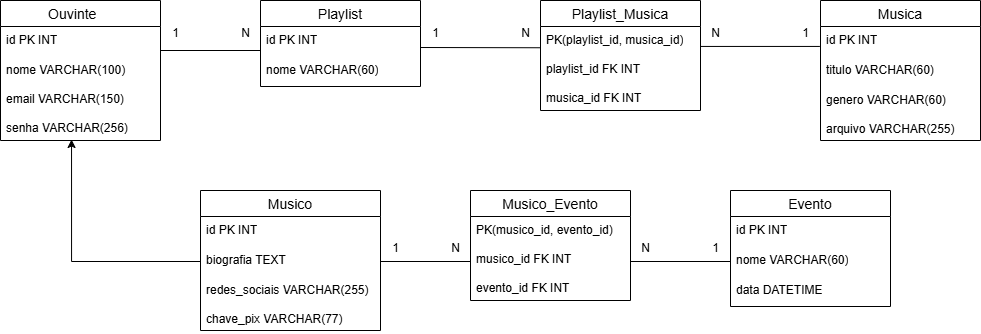
Above: doc/bd/modelo_relacional.png in AndreLuiiZSantosS/Bem-te-ouvi-testes (draw.io), before the change. Source tidied: cells renumbered, new cells last; positions are measured from the earlier drawing's top-left corner, leaving out a move shared by most shapes.
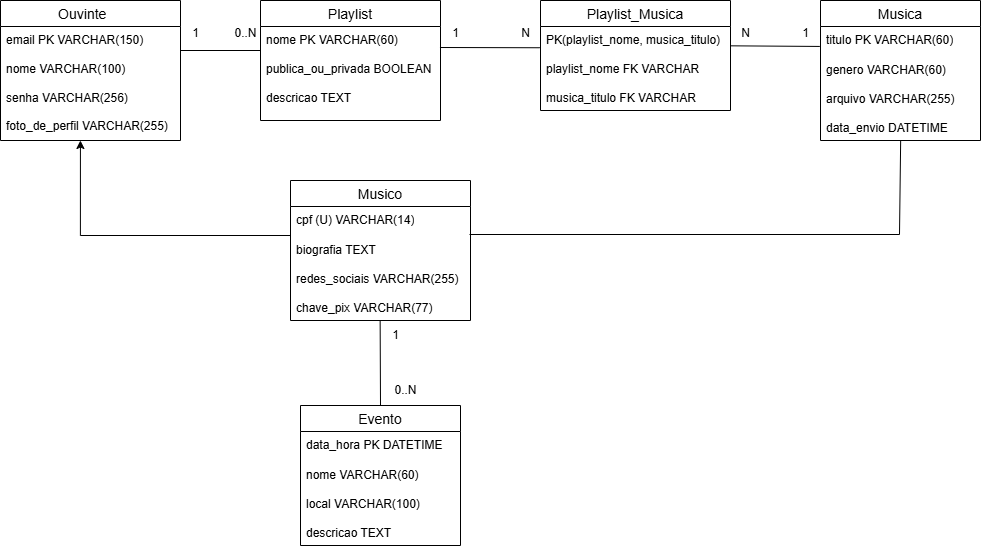
After the change.

Diff of the diagram source:
```diff
@@ -3,125 +3,107 @@
     <mxCell id="0" />
     <mxCell id="1" parent="0" />
     <mxCell id="2" value="Ouvinte    " style="swimlane;fontStyle=0;horizontal=1;startSize=26;align=center;fontSize=14;" parent="1" vertex="1">
-      <mxGeometry width="160" height="140" as="geometry" />
+      <mxGeometry width="180" height="140" as="geometry" />
     </mxCell>
-    <mxCell id="3" value="id PK INT" style="text;strokeColor=none;fillColor=none;spacingLeft=4;spacingRight=4;overflow=hidden;points=[[0,0.5],[1,0.5]];portConstraint=eastwest;fontSize=12;whiteSpace=wrap;html=1;" parent="2" vertex="1">
-      <mxGeometry y="26" width="160" height="30" as="geometry" />
-    </mxCell>
-    <mxCell id="4" value="&lt;div&gt;nome VARCHAR(100)&lt;/div&gt;&lt;div&gt;&lt;br&gt;&lt;/div&gt;&lt;div&gt;email VARCHAR(150)&lt;/div&gt;&lt;div&gt;&lt;br&gt;&lt;/div&gt;senha VARCHAR(256)&lt;span style=&quot;white-space: pre;&quot;&gt;&#9;&lt;/span&gt;&lt;div&gt;&lt;br&gt;&lt;/div&gt;&lt;div&gt;&lt;br&gt;&lt;/div&gt;" style="text;strokeColor=none;fillColor=none;spacingLeft=4;spacingRight=4;overflow=hidden;points=[[0,0.5],[1,0.5]];portConstraint=eastwest;fontSize=12;whiteSpace=wrap;html=1;" parent="2" vertex="1">
-      <mxGeometry y="56" width="160" height="84" as="geometry" />
-    </mxCell>
+    <mxCell id="40" value="&lt;div&gt;&lt;span style=&quot;background-color: transparent; color: light-dark(rgb(0, 0, 0), rgb(255, 255, 255));&quot;&gt;email PK VARCHAR(150)&lt;/span&gt;&lt;/div&gt;&lt;div&gt;&lt;br&gt;&lt;/div&gt;&lt;div&gt;nome VARCHAR(100)&lt;/div&gt;&lt;div&gt;&lt;br&gt;&lt;/div&gt;senha VARCHAR(256)&lt;span style=&quot;white-space: pre;&quot;&gt;&#9;&lt;/span&gt;&lt;div&gt;&lt;br&gt;&lt;div&gt;foto_de_perfil VARCHAR(255)&lt;br&gt;&lt;div&gt;&lt;br&gt;&lt;/div&gt;&lt;div&gt;&lt;br&gt;&lt;/div&gt;&lt;/div&gt;&lt;/div&gt;" style="text;strokeColor=none;fillColor=none;spacingLeft=4;spacingRight=4;overflow=hidden;points=[[0,0.5],[1,0.5]];portConstraint=eastwest;fontSize=12;whiteSpace=wrap;html=1;" parent="2" vertex="1">
+      <mxGeometry y="26" width="180" height="114" as="geometry" />
+    </mxCell>
+    <mxCell id="41" style="edgeStyle=orthogonalEdgeStyle;rounded=0;jettySize=auto;html=1;entryX=0.444;entryY=1;entryDx=0;entryDy=0;entryPerimeter=0;" parent="1" edge="1" source="5" target="40">
+      <mxGeometry relative="1" as="geometry">
+        <Array as="points">
+          <mxPoint x="80" y="235" />
+        </Array>
+      </mxGeometry>
+    </mxCell>
     <mxCell id="5" value="Musico" style="swimlane;fontStyle=0;horizontal=1;startSize=26;align=center;fontSize=14;" parent="1" vertex="1">
-      <mxGeometry x="200" y="190" width="180" height="140" as="geometry" />
+      <mxGeometry x="290" y="180" width="180" height="140" as="geometry" />
     </mxCell>
-    <mxCell id="6" value="id PK INT" style="text;strokeColor=none;fillColor=none;spacingLeft=4;spacingRight=4;overflow=hidden;fontSize=12;whiteSpace=wrap;html=1;" parent="5" vertex="1">
-      <mxGeometry y="26" width="180" height="30" as="geometry" />
-    </mxCell>
-    <mxCell id="7" value="biografia TEXT" style="text;strokeColor=none;fillColor=none;spacingLeft=4;spacingRight=4;overflow=hidden;points=[[0,0.5],[1,0.5]];portConstraint=eastwest;fontSize=12;whiteSpace=wrap;html=1;" parent="5" vertex="1">
-      <mxGeometry y="56" width="180" height="30" as="geometry" />
-    </mxCell>
-    <mxCell id="8" value="redes_sociais VARCHAR(255)&lt;div&gt;&lt;br&gt;&lt;/div&gt;&lt;div&gt;chave_pix VARCHAR(77)&lt;/div&gt;" style="text;strokeColor=none;fillColor=none;spacingLeft=4;spacingRight=4;overflow=hidden;fontSize=12;whiteSpace=wrap;html=1;" parent="5" vertex="1">
-      <mxGeometry y="86" width="180" height="54" as="geometry" />
-    </mxCell>
+    <mxCell id="42" value="&lt;div&gt;cpf (U) VARCHAR(14)&lt;/div&gt;&lt;div&gt;&lt;br&gt;&lt;/div&gt;" style="text;strokeColor=none;fillColor=none;spacingLeft=4;spacingRight=4;overflow=hidden;fontSize=12;whiteSpace=wrap;html=1;" parent="5" vertex="1">
+      <mxGeometry y="26" width="180" height="30" as="geometry" />
+    </mxCell>
+    <mxCell id="43" value="&lt;div&gt;biografia TEXT&lt;/div&gt;&lt;div&gt;&lt;br&gt;&lt;/div&gt;redes_sociais VARCHAR(255)&lt;div&gt;&lt;br&gt;&lt;/div&gt;&lt;div&gt;chave_pix VARCHAR(77)&lt;/div&gt;" style="text;strokeColor=none;fillColor=none;spacingLeft=4;spacingRight=4;overflow=hidden;points=[[0,0.5],[1,0.5]];portConstraint=eastwest;fontSize=12;whiteSpace=wrap;html=1;" parent="5" vertex="1">
+      <mxGeometry y="56" width="180" height="84" as="geometry" />
+    </mxCell>
     <mxCell id="9" value="Evento" style="swimlane;fontStyle=0;horizontal=1;startSize=26;align=center;fontSize=14;" parent="1" vertex="1">
-      <mxGeometry x="730" y="190" width="160" height="116" as="geometry" />
+      <mxGeometry x="300" y="405" width="160" height="140" as="geometry" />
     </mxCell>
-    <mxCell id="10" value="id PK INT" style="text;strokeColor=none;fillColor=none;spacingLeft=4;spacingRight=4;overflow=hidden;fontSize=12;whiteSpace=wrap;html=1;" parent="9" vertex="1">
-      <mxGeometry y="26" width="160" height="30" as="geometry" />
-    </mxCell>
-    <mxCell id="11" value="nome VARCHAR(60)" style="text;strokeColor=none;fillColor=none;spacingLeft=4;spacingRight=4;overflow=hidden;points=[[0,0.5],[1,0.5]];portConstraint=eastwest;fontSize=12;whiteSpace=wrap;html=1;" parent="9" vertex="1">
-      <mxGeometry y="56" width="160" height="30" as="geometry" />
-    </mxCell>
-    <mxCell id="12" value="data DATETIME" style="text;strokeColor=none;fillColor=none;spacingLeft=4;spacingRight=4;overflow=hidden;fontSize=12;whiteSpace=wrap;html=1;" parent="9" vertex="1">
-      <mxGeometry y="86" width="160" height="30" as="geometry" />
-    </mxCell>
+    <mxCell id="44" value="data_hora PK DATETIME&lt;div&gt;&lt;br&gt;&lt;/div&gt;" style="text;strokeColor=none;fillColor=none;spacingLeft=4;spacingRight=4;overflow=hidden;fontSize=12;whiteSpace=wrap;html=1;" parent="9" vertex="1">
+      <mxGeometry y="26" width="160" height="30" as="geometry" />
+    </mxCell>
+    <mxCell id="45" value="&lt;div&gt;nome VARCHAR(60)&lt;/div&gt;&lt;div&gt;&lt;br&gt;&lt;/div&gt;&lt;div&gt;local VARCHAR(100)&lt;br&gt;&lt;div&gt;&amp;nbsp;&lt;/div&gt;&lt;div&gt;descricao TEXT&lt;/div&gt;&lt;/div&gt;" style="text;strokeColor=none;fillColor=none;spacingLeft=4;spacingRight=4;overflow=hidden;fontSize=12;whiteSpace=wrap;html=1;" parent="9" vertex="1">
+      <mxGeometry y="56" width="160" height="84" as="geometry" />
+    </mxCell>
     <mxCell id="13" value="Playlist" style="swimlane;fontStyle=0;horizontal=1;startSize=26;align=center;fontSize=14;" parent="1" vertex="1">
-      <mxGeometry x="260" width="160" height="86" as="geometry" />
+      <mxGeometry x="260" width="180" height="120" as="geometry" />
     </mxCell>
-    <mxCell id="14" value="id PK INT" style="text;strokeColor=none;fillColor=none;spacingLeft=4;spacingRight=4;overflow=hidden;points=[[0,0.5],[1,0.5]];portConstraint=eastwest;fontSize=12;whiteSpace=wrap;html=1;" parent="13" vertex="1">
-      <mxGeometry y="26" width="160" height="30" as="geometry" />
-    </mxCell>
-    <mxCell id="15" value="nome VARCHAR(60)" style="text;strokeColor=none;fillColor=none;spacingLeft=4;spacingRight=4;overflow=hidden;fontSize=12;whiteSpace=wrap;html=1;" parent="13" vertex="1">
-      <mxGeometry y="56" width="160" height="30" as="geometry" />
-    </mxCell>
+    <mxCell id="46" value="nome PK VARCHAR(60)&lt;div&gt;&lt;br&gt;&lt;/div&gt;&lt;div&gt;publica_ou_privada BOOLEAN&lt;/div&gt;&lt;div&gt;&lt;br&gt;&lt;/div&gt;&lt;div&gt;descricao TEXT&lt;span style=&quot;white-space: pre;&quot;&gt;&#9;&lt;/span&gt;&lt;/div&gt;" style="text;strokeColor=none;fillColor=none;spacingLeft=4;spacingRight=4;overflow=hidden;fontSize=12;whiteSpace=wrap;html=1;" parent="13" vertex="1">
+      <mxGeometry y="26" width="180" height="94" as="geometry" />
+    </mxCell>
     <mxCell id="16" value="Musica" style="swimlane;fontStyle=0;horizontal=1;startSize=26;align=center;fontSize=14;" parent="1" vertex="1">
       <mxGeometry x="820" width="160" height="140" as="geometry" />
     </mxCell>
-    <mxCell id="17" value="id PK INT" style="text;strokeColor=none;fillColor=none;spacingLeft=4;spacingRight=4;overflow=hidden;fontSize=12;whiteSpace=wrap;html=1;" parent="16" vertex="1">
-      <mxGeometry y="26" width="160" height="30" as="geometry" />
-    </mxCell>
-    <mxCell id="18" value="titulo VARCHAR(60)" style="text;strokeColor=none;fillColor=none;spacingLeft=4;spacingRight=4;overflow=hidden;fontSize=12;whiteSpace=wrap;html=1;" parent="16" vertex="1">
-      <mxGeometry y="56" width="160" height="30" as="geometry" />
-    </mxCell>
-    <mxCell id="19" value="genero VARCHAR(60)&lt;div&gt;&lt;br&gt;&lt;/div&gt;&lt;div&gt;arquivo VARCHAR(255)&lt;/div&gt;" style="text;strokeColor=none;fillColor=none;spacingLeft=4;spacingRight=4;overflow=hidden;fontSize=12;whiteSpace=wrap;html=1;" parent="16" vertex="1">
-      <mxGeometry y="86" width="160" height="54" as="geometry" />
-    </mxCell>
-    <mxCell id="20" style="endArrow=none;html=1;rounded=0;exitX=1;exitY=0.8;exitDx=0;exitDy=0;exitPerimeter=0;entryX=-0.001;entryY=0.8;entryDx=0;entryDy=0;entryPerimeter=0;" parent="1" edge="1" source="3" target="14">
-      <mxGeometry relative="1" as="geometry" />
-    </mxCell>
-    <mxCell id="21" value="1" style="text;html=1;align=center;verticalAlign=middle;strokeColor=none;fillColor=none;" parent="1" vertex="1">
-      <mxGeometry x="160" y="18" width="30" height="30" as="geometry" />
-    </mxCell>
-    <mxCell id="22" value="N" style="text;html=1;align=center;verticalAlign=middle;strokeColor=none;fillColor=none;" parent="1" vertex="1">
-      <mxGeometry x="230" y="18" width="30" height="30" as="geometry" />
-    </mxCell>
-    <mxCell id="23" value="N" style="text;html=1;align=center;verticalAlign=middle;strokeColor=none;fillColor=none;" parent="1" vertex="1">
-      <mxGeometry x="510" y="18" width="30" height="30" as="geometry" />
-    </mxCell>
-    <mxCell id="24" value="N" style="text;html=1;align=center;verticalAlign=middle;strokeColor=none;fillColor=none;" parent="1" vertex="1">
-      <mxGeometry x="700" y="18" width="30" height="30" as="geometry" />
-    </mxCell>
-    <mxCell id="25" style="edgeStyle=orthogonalEdgeStyle;rounded=0;jettySize=auto;html=1;entryX=0.444;entryY=0.988;entryDx=0;entryDy=0;entryPerimeter=0;" parent="1" edge="1" source="7" target="4">
-      <mxGeometry relative="1" as="geometry" />
-    </mxCell>
-    <mxCell id="26" value="N" style="text;html=1;align=center;verticalAlign=middle;strokeColor=none;fillColor=none;" parent="1" vertex="1">
-      <mxGeometry x="440" y="233" width="30" height="30" as="geometry" />
-    </mxCell>
-    <mxCell id="27" value="N" style="text;html=1;align=center;verticalAlign=middle;strokeColor=none;fillColor=none;" parent="1" vertex="1">
-      <mxGeometry x="630" y="233" width="30" height="30" as="geometry" />
-    </mxCell>
-    <mxCell id="28" value="1" style="text;html=1;align=center;verticalAlign=middle;strokeColor=none;fillColor=none;" parent="1" vertex="1">
-      <mxGeometry x="420" y="18" width="30" height="30" as="geometry" />
-    </mxCell>
+    <mxCell id="47" value="titulo PK VARCHAR(60)" style="text;strokeColor=none;fillColor=none;spacingLeft=4;spacingRight=4;overflow=hidden;fontSize=12;whiteSpace=wrap;html=1;" parent="16" vertex="1">
+      <mxGeometry y="26" width="160" height="30" as="geometry" />
+    </mxCell>
+    <mxCell id="48" value="genero VARCHAR(60)&lt;div&gt;&lt;br&gt;&lt;/div&gt;&lt;div&gt;arquivo VARCHAR(255)&lt;/div&gt;&lt;div&gt;&lt;br&gt;&lt;/div&gt;&lt;div&gt;data_envio DATETIME&lt;/div&gt;" style="text;strokeColor=none;fillColor=none;spacingLeft=4;spacingRight=4;overflow=hidden;points=[[0,0.5],[1,0.5]];portConstraint=eastwest;fontSize=12;whiteSpace=wrap;html=1;" parent="16" vertex="1">
+      <mxGeometry y="56" width="160" height="84" as="geometry" />
+    </mxCell>
+    <mxCell id="49" style="endArrow=none;html=1;rounded=0;exitX=1;exitY=0.8;exitDx=0;exitDy=0;exitPerimeter=0;entryX=-0.001;entryY=0.8;entryDx=0;entryDy=0;entryPerimeter=0;" parent="1" edge="1">
+      <mxGeometry relative="1" as="geometry">
+        <mxPoint x="180" y="50" as="sourcePoint" />
+        <mxPoint x="259.8" y="50" as="targetPoint" />
+      </mxGeometry>
+    </mxCell>
+    <mxCell id="50" value="1" style="text;html=1;align=center;verticalAlign=middle;strokeColor=none;fillColor=none;" parent="1" vertex="1">
+      <mxGeometry x="180" y="18" width="30" height="30" as="geometry" />
+    </mxCell>
+    <mxCell id="51" value="0..N" style="text;html=1;align=center;verticalAlign=middle;strokeColor=none;fillColor=none;" parent="1" vertex="1">
+      <mxGeometry x="220" y="18" width="50" height="30" as="geometry" />
+    </mxCell>
+    <mxCell id="52" value="N" style="text;html=1;align=center;verticalAlign=middle;strokeColor=none;fillColor=none;" parent="1" vertex="1">
+      <mxGeometry x="510" y="18" width="30" height="30" as="geometry" />
+    </mxCell>
+    <mxCell id="53" value="N" style="text;html=1;align=center;verticalAlign=middle;strokeColor=none;fillColor=none;" parent="1" vertex="1">
+      <mxGeometry x="730" y="18" width="30" height="30" as="geometry" />
+    </mxCell>
+    <mxCell id="54" value="0..N" style="text;html=1;align=center;verticalAlign=middle;strokeColor=none;fillColor=none;" parent="1" vertex="1">
+      <mxGeometry x="380" y="375" width="50" height="30" as="geometry" />
+    </mxCell>
+    <mxCell id="55" value="1" style="text;html=1;align=center;verticalAlign=middle;strokeColor=none;fillColor=none;" parent="1" vertex="1">
+      <mxGeometry x="440" y="18" width="30" height="30" as="geometry" />
+    </mxCell>
     <mxCell id="29" value="Playlist_Musica" style="swimlane;fontStyle=0;horizontal=1;startSize=26;align=center;fontSize=14;" parent="1" vertex="1">
-      <mxGeometry x="540" width="160" height="110" as="geometry" />
+      <mxGeometry x="540" width="190" height="110" as="geometry" />
     </mxCell>
-    <mxCell id="30" value="&lt;div&gt;PK(playlist_id, musica_id)&lt;/div&gt;&lt;div&gt;&lt;br&gt;&lt;/div&gt;&lt;div&gt;playlist_id FK INT&lt;/div&gt;&lt;div&gt;&lt;br&gt;&lt;/div&gt;&lt;div&gt;musica_id FK INT&lt;/div&gt;&lt;div&gt;&lt;br&gt;&lt;/div&gt;" style="text;strokeColor=none;fillColor=none;spacingLeft=4;spacingRight=4;overflow=hidden;points=[[0,0.5],[1,0.5]];portConstraint=eastwest;fontSize=12;whiteSpace=wrap;html=1;" parent="29" vertex="1">
-      <mxGeometry y="26" width="160" height="84" as="geometry" />
-    </mxCell>
-    <mxCell id="31" value="Musico_Evento" style="swimlane;fontStyle=0;horizontal=1;startSize=26;align=center;fontSize=14;" parent="1" vertex="1">
-      <mxGeometry x="470" y="190" width="160" height="110" as="geometry" />
-    </mxCell>
-    <mxCell id="32" value="&lt;div&gt;PK(musico_id, evento_id)&amp;nbsp;&amp;nbsp;&lt;/div&gt;&lt;div&gt;&lt;br&gt;&lt;/div&gt;&lt;div&gt;musico_id FK INT&lt;/div&gt;&lt;div&gt;&lt;br&gt;&lt;/div&gt;&lt;div&gt;&lt;span style=&quot;background-color: transparent; color: light-dark(rgb(0, 0, 0), rgb(255, 255, 255));&quot;&gt;evento_id FK INT&lt;/span&gt;&lt;/div&gt;&lt;div&gt;&lt;span style=&quot;background-color: transparent; color: light-dark(rgb(0, 0, 0), rgb(255, 255, 255));&quot;&gt;&lt;br&gt;&lt;/span&gt;&lt;/div&gt;&lt;div&gt;&lt;br&gt;&lt;/div&gt;" style="text;strokeColor=none;fillColor=none;spacingLeft=4;spacingRight=4;overflow=hidden;fontSize=12;whiteSpace=wrap;html=1;" parent="31" vertex="1">
-      <mxGeometry y="26" width="160" height="84" as="geometry" />
-    </mxCell>
-    <mxCell id="33" style="endArrow=none;html=1;rounded=0;exitX=1;exitY=0.5;exitDx=0;exitDy=0;entryX=0;entryY=0.5;entryDx=0;entryDy=0;" parent="1" edge="1" source="7">
-      <mxGeometry relative="1" as="geometry">
-        <mxPoint x="470" y="261" as="targetPoint" />
-      </mxGeometry>
-    </mxCell>
-    <mxCell id="34" style="endArrow=none;html=1;rounded=0;exitX=1;exitY=0.5;exitDx=0;exitDy=0;entryX=0;entryY=0.5;entryDx=0;entryDy=0;" parent="1" edge="1" target="11">
-      <mxGeometry relative="1" as="geometry">
-        <mxPoint x="630" y="261" as="sourcePoint" />
-      </mxGeometry>
-    </mxCell>
-    <mxCell id="35" style="endArrow=none;html=1;rounded=0;exitX=0.999;exitY=0.998;exitDx=0;exitDy=0;entryX=-0.004;entryY=0.998;entryDx=0;entryDy=0;exitPerimeter=0;entryPerimeter=0;" parent="1" edge="1">
-      <mxGeometry relative="1" as="geometry">
-        <mxPoint x="699.8" y="45.9" as="sourcePoint" />
-        <mxPoint x="819.4" y="45.9" as="targetPoint" />
-      </mxGeometry>
-    </mxCell>
-    <mxCell id="36" style="endArrow=none;html=1;rounded=0;exitX=0.997;exitY=0.7;exitDx=0;exitDy=0;entryX=-0.004;entryY=0.253;entryDx=0;entryDy=0;exitPerimeter=0;entryPerimeter=0;" parent="1" edge="1" source="14" target="30">
-      <mxGeometry relative="1" as="geometry" />
-    </mxCell>
-    <mxCell id="37" value="1" style="text;html=1;align=center;verticalAlign=middle;strokeColor=none;fillColor=none;" parent="1" vertex="1">
-      <mxGeometry x="790" y="18" width="30" height="30" as="geometry" />
-    </mxCell>
-    <mxCell id="38" value="1" style="text;html=1;align=center;verticalAlign=middle;strokeColor=none;fillColor=none;" parent="1" vertex="1">
-      <mxGeometry x="380" y="233" width="30" height="30" as="geometry" />
-    </mxCell>
-    <mxCell id="39" value="1" style="text;html=1;align=center;verticalAlign=middle;strokeColor=none;fillColor=none;" parent="1" vertex="1">
-      <mxGeometry x="700" y="233" width="30" height="30" as="geometry" />
-    </mxCell>
+    <mxCell id="56" value="&lt;div&gt;PK(playlist_nome, musica_titulo)&lt;/div&gt;&lt;div&gt;&lt;br&gt;&lt;/div&gt;&lt;div&gt;playlist_nome FK VARCHAR&lt;/div&gt;&lt;div&gt;&lt;br&gt;&lt;/div&gt;&lt;div&gt;musica_titulo FK VARCHAR&lt;/div&gt;&lt;div&gt;&lt;br&gt;&lt;/div&gt;" style="text;strokeColor=none;fillColor=none;spacingLeft=4;spacingRight=4;overflow=hidden;points=[[0,0.5],[1,0.5]];portConstraint=eastwest;fontSize=12;whiteSpace=wrap;html=1;" parent="29" vertex="1">
+      <mxGeometry y="26" width="190" height="84" as="geometry" />
+    </mxCell>
+    <mxCell id="57" style="endArrow=none;html=1;rounded=0;exitX=0.998;exitY=0.23;exitDx=0;exitDy=0;entryX=-0.004;entryY=0.998;entryDx=0;entryDy=0;exitPerimeter=0;entryPerimeter=0;" parent="1" edge="1" source="56">
+      <mxGeometry relative="1" as="geometry">
+        <mxPoint x="819.4" y="45.9" as="targetPoint" />
+      </mxGeometry>
+    </mxCell>
+    <mxCell id="58" style="endArrow=none;html=1;rounded=0;exitX=0.997;exitY=0.7;exitDx=0;exitDy=0;entryX=-0.004;entryY=0.253;entryDx=0;entryDy=0;exitPerimeter=0;entryPerimeter=0;" parent="1" edge="1" target="56">
+      <mxGeometry relative="1" as="geometry">
+        <mxPoint x="439.5" y="47" as="sourcePoint" />
+      </mxGeometry>
+    </mxCell>
+    <mxCell id="59" value="1" style="text;html=1;align=center;verticalAlign=middle;strokeColor=none;fillColor=none;" parent="1" vertex="1">
+      <mxGeometry x="790" y="18" width="30" height="30" as="geometry" />
+    </mxCell>
+    <mxCell id="60" value="1" style="text;html=1;align=center;verticalAlign=middle;strokeColor=none;fillColor=none;" parent="1" vertex="1">
+      <mxGeometry x="380" y="320" width="30" height="30" as="geometry" />
+    </mxCell>
+    <mxCell id="61" style="endArrow=none;html=1;rounded=0;exitX=0.498;exitY=0.998;exitDx=0;exitDy=0;exitPerimeter=0;entryX=0.5;entryY=0;entryDx=0;entryDy=0;" parent="1" edge="1" source="43" target="9">
+      <mxGeometry relative="1" as="geometry" />
+    </mxCell>
+    <mxCell id="62" style="endArrow=none;html=1;rounded=0;entryX=0.501;entryY=0.998;entryDx=0;entryDy=0;entryPerimeter=0;" parent="1" edge="1" target="48">
+      <mxGeometry relative="1" as="geometry">
+        <mxPoint x="469" y="234" as="sourcePoint" />
+        <Array as="points">
+          <mxPoint x="899" y="234" />
+        </Array>
+      </mxGeometry>
+    </mxCell>
   </root>
 </mxGraphModel>
```
